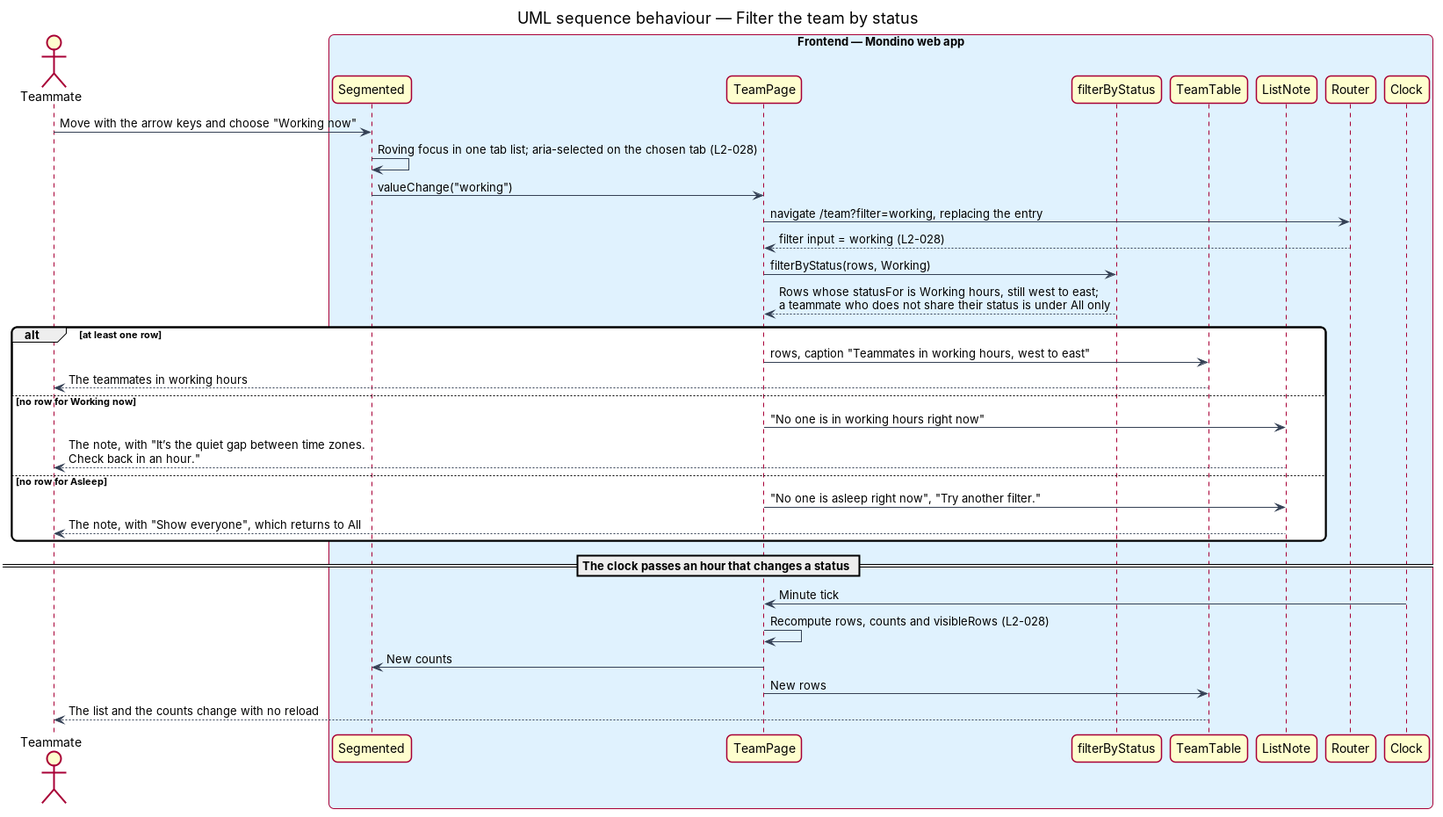
QuinntyneBrown/Mondino keeps this PlantUML diagram as docs/detailed-designs/team/view-team-through-the-day/diagrams/sequence-filter-by-status.png. Above is the earlier version. Its source is kept beside it as docs/detailed-designs/team/view-team-through-the-day/diagrams/sequence-filter-by-status.puml. Its diagram source:
```plantuml
@startuml
title UML sequence behaviour — Filter the team by status
skinparam backgroundColor #FFFFFF
skinparam shadowing false
skinparam roundcorner 12
skinparam defaultFontName Arial
skinparam ArrowColor #344054
skinparam rectangle {
  BorderColor #344054
  FontColor #101828
}
skinparam package {
  BorderColor #667085
  FontColor #101828
  BackgroundColor #F9FAFB
}
actor "Teammate" as actor
box "Frontend — Mondino web app" #E0F2FE
  participant "Segmented" as chips
  participant "TeamPage" as page
  participant "filterByStatus" as fn
  participant "TeamTable" as table
  participant "ListNote" as note
  participant "Router" as router
  participant "Clock" as clock
end box
actor -> chips : Move with the arrow keys and choose "Working now"
chips -> chips : Roving focus in one tab list; aria-selected on the chosen tab (L2-028)
chips -> page : valueChange("working")
page -> router : navigate /team?filter=working, replacing the entry
router --> page : filter input = working (L2-028)
page -> fn : filterByStatus(rows, Working)
fn --> page : Rows whose statusFor is Working hours, still west to east;\na teammate who does not share their status is under All only
alt at least one row
  page -> table : rows, caption "Teammates in working hours, west to east"
  table --> actor : The teammates in working hours
else no row for Working now
  page -> note : "No one is in working hours right now"
  note --> actor : The note, with "It’s the quiet gap between time zones.\nCheck back in an hour."
else no row for Asleep
  page -> note : "No one is asleep right now", "Try another filter."
  note --> actor : The note, with "Show everyone", which returns to All
end
== The clock passes an hour that changes a status ==
clock -> page : Minute tick
page -> page : Recompute rows, counts and visibleRows (L2-028)
page -> chips : New counts
page -> table : New rows
table --> actor : The list and the counts change with no reload
@enduml
```
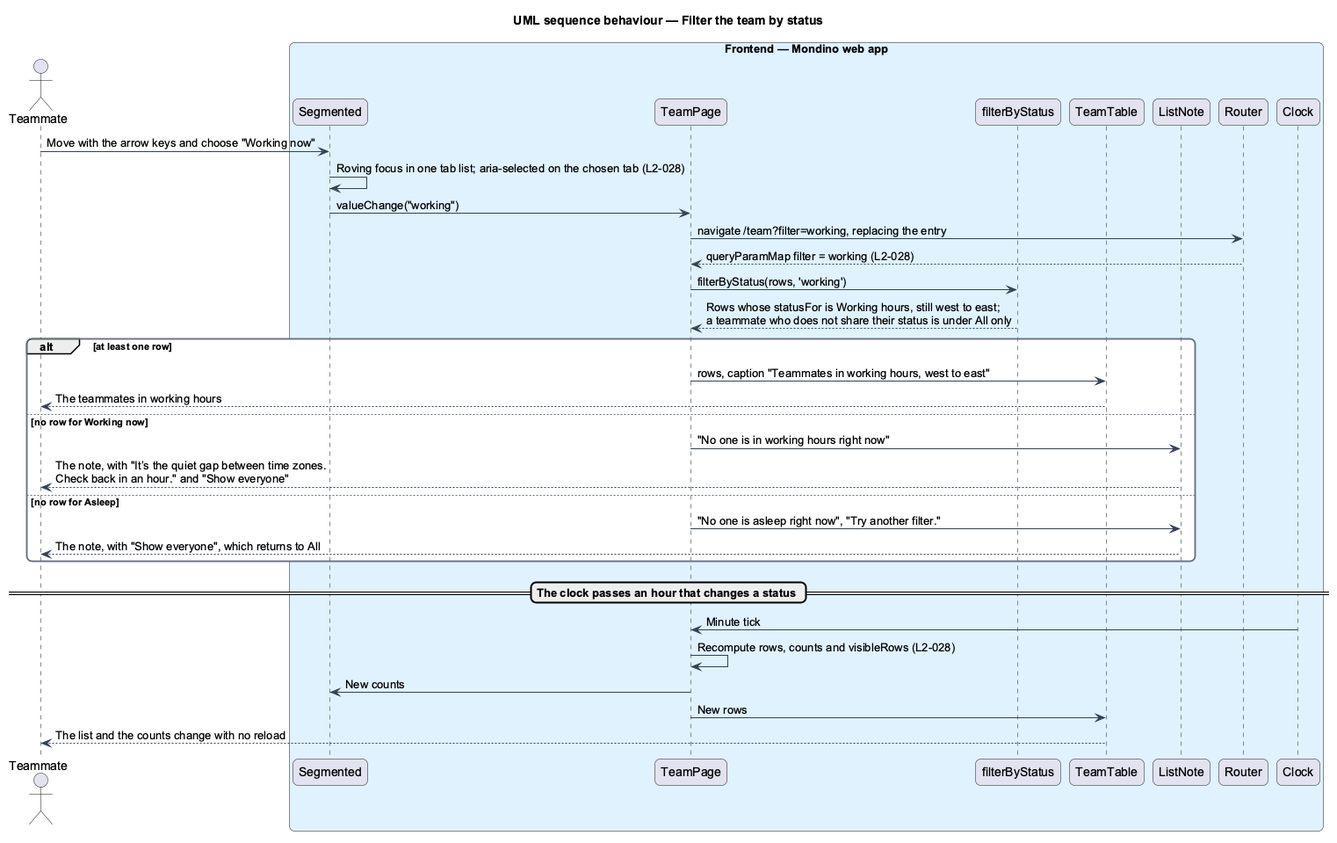
After the change.

Diff of the diagram source:
```diff
@@ -28,15 +28,15 @@
 chips -> chips : Roving focus in one tab list; aria-selected on the chosen tab (L2-028)
 chips -> page : valueChange("working")
 page -> router : navigate /team?filter=working, replacing the entry
-router --> page : filter input = working (L2-028)
-page -> fn : filterByStatus(rows, Working)
+router --> page : queryParamMap filter = working (L2-028)
+page -> fn : filterByStatus(rows, 'working')
 fn --> page : Rows whose statusFor is Working hours, still west to east;\na teammate who does not share their status is under All only
 alt at least one row
   page -> table : rows, caption "Teammates in working hours, west to east"
   table --> actor : The teammates in working hours
 else no row for Working now
   page -> note : "No one is in working hours right now"
-  note --> actor : The note, with "It’s the quiet gap between time zones.\nCheck back in an hour."
+  note --> actor : The note, with "It’s the quiet gap between time zones.\nCheck back in an hour." and "Show everyone"
 else no row for Asleep
   page -> note : "No one is asleep right now", "Try another filter."
   note --> actor : The note, with "Show everyone", which returns to All
```
